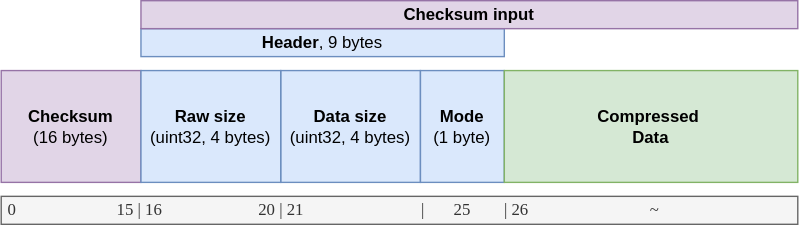
This is static/img/diagrams/ch_compression_block.drawio.svg from go-faster/web, a draw.io export, as it was before one commit. Source tidied: cells renumbered, new cells last; positions are measured from the earlier drawing's top-left corner, leaving out a move shared by most shapes.
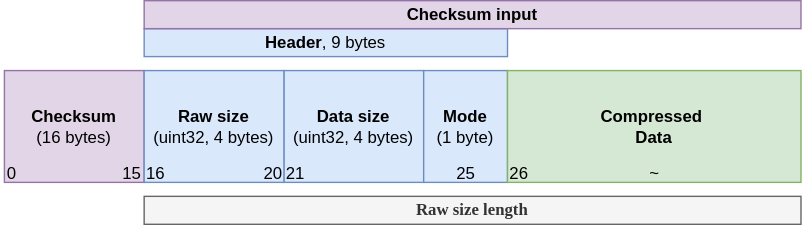
Later version of the same file.

Commit message:
feat(ch): update compression diagram

Diff of the diagram source:
```diff
@@ -17,8 +17,8 @@
     <mxCell id="6" value="&lt;b&gt;Compressed&amp;nbsp;&lt;br&gt;Data&lt;/b&gt;" style="rounded=0;whiteSpace=wrap;html=1;fillColor=#d5e8d4;strokeColor=#82b366;" parent="1" vertex="1">
       <mxGeometry x="360" y="50" width="210" height="80" as="geometry" />
     </mxCell>
-    <mxCell id="7" value="&amp;nbsp;0&amp;nbsp; &amp;nbsp; &amp;nbsp; &amp;nbsp; &amp;nbsp; &amp;nbsp; &amp;nbsp; &amp;nbsp; &amp;nbsp; &amp;nbsp; &amp;nbsp; &amp;nbsp; 15 | 16&amp;nbsp; &amp;nbsp; &amp;nbsp; &amp;nbsp; &amp;nbsp; &amp;nbsp; &amp;nbsp; &amp;nbsp; &amp;nbsp; &amp;nbsp; &amp;nbsp; &amp;nbsp;20 | 21&amp;nbsp; &amp;nbsp; &amp;nbsp; &amp;nbsp; &amp;nbsp; &amp;nbsp; &amp;nbsp; &amp;nbsp; &amp;nbsp; &amp;nbsp; &amp;nbsp; &amp;nbsp; &amp;nbsp; &amp;nbsp; |&amp;nbsp; &amp;nbsp; &amp;nbsp; &amp;nbsp;25&amp;nbsp; &amp;nbsp; &amp;nbsp; &amp;nbsp; | 26&amp;nbsp; &amp;nbsp; &amp;nbsp; &amp;nbsp; &amp;nbsp; &amp;nbsp; &amp;nbsp; &amp;nbsp; &amp;nbsp; &amp;nbsp; &amp;nbsp; &amp;nbsp; &amp;nbsp; &amp;nbsp; &amp;nbsp;~" style="rounded=0;whiteSpace=wrap;html=1;fillColor=#f5f5f5;strokeColor=#666666;align=left;fontFamily=Lucida Console;fontColor=#333333;" parent="1" vertex="1">
-      <mxGeometry y="140" width="570" height="20" as="geometry" />
+    <mxCell id="7" value="Raw size length" style="rounded=0;whiteSpace=wrap;html=1;fillColor=#f5f5f5;strokeColor=#666666;align=center;fontFamily=Lucida Console;fontColor=#333333;fontStyle=1;" parent="1" vertex="1">
+      <mxGeometry x="100" y="140" width="470" height="20" as="geometry" />
     </mxCell>
     <mxCell id="8" value="&lt;b&gt;Header&lt;/b&gt;, 9 bytes" style="rounded=0;whiteSpace=wrap;html=1;fillColor=#dae8fc;strokeColor=#6c8ebf;" parent="1" vertex="1">
       <mxGeometry x="100" y="20" width="260" height="20" as="geometry" />
@@ -26,5 +26,29 @@
     <mxCell id="9" value="&lt;b&gt;Checksum input&lt;/b&gt;" style="rounded=0;whiteSpace=wrap;html=1;fillColor=#e1d5e7;strokeColor=#9673a6;" parent="1" vertex="1">
       <mxGeometry x="100" width="470" height="20" as="geometry" />
     </mxCell>
+    <mxCell id="10" value="0" style="text;html=1;strokeColor=none;fillColor=none;align=center;verticalAlign=middle;whiteSpace=wrap;rounded=0;" parent="1" vertex="1">
+      <mxGeometry x="-2" y="118" width="15" height="12" as="geometry" />
+    </mxCell>
+    <mxCell id="11" value="15" style="text;html=1;strokeColor=none;fillColor=none;align=center;verticalAlign=middle;whiteSpace=wrap;rounded=0;" parent="1" vertex="1">
+      <mxGeometry x="84" y="118" width="15" height="12" as="geometry" />
+    </mxCell>
+    <mxCell id="12" value="16" style="text;html=1;strokeColor=none;fillColor=none;align=center;verticalAlign=middle;whiteSpace=wrap;rounded=0;" parent="1" vertex="1">
+      <mxGeometry x="101" y="118" width="15" height="12" as="geometry" />
+    </mxCell>
+    <mxCell id="13" value="20" style="text;html=1;strokeColor=none;fillColor=none;align=center;verticalAlign=middle;whiteSpace=wrap;rounded=0;" parent="1" vertex="1">
+      <mxGeometry x="185" y="118" width="15" height="12" as="geometry" />
+    </mxCell>
+    <mxCell id="14" value="21" style="text;html=1;strokeColor=none;fillColor=none;align=center;verticalAlign=middle;whiteSpace=wrap;rounded=0;" parent="1" vertex="1">
+      <mxGeometry x="201" y="118" width="15" height="12" as="geometry" />
+    </mxCell>
+    <mxCell id="15" value="25" style="text;html=1;strokeColor=none;fillColor=none;align=center;verticalAlign=middle;whiteSpace=wrap;rounded=0;" parent="1" vertex="1">
+      <mxGeometry x="322.5" y="118" width="15" height="12" as="geometry" />
+    </mxCell>
+    <mxCell id="16" value="26" style="text;html=1;strokeColor=none;fillColor=none;align=center;verticalAlign=middle;whiteSpace=wrap;rounded=0;" parent="1" vertex="1">
+      <mxGeometry x="361" y="118" width="15" height="12" as="geometry" />
+    </mxCell>
+    <mxCell id="17" value="~" style="text;html=1;strokeColor=none;fillColor=none;align=center;verticalAlign=middle;whiteSpace=wrap;rounded=0;" parent="1" vertex="1">
+      <mxGeometry x="457.5" y="118" width="15" height="12" as="geometry" />
+    </mxCell>
   </root>
 </mxGraphModel>
```
